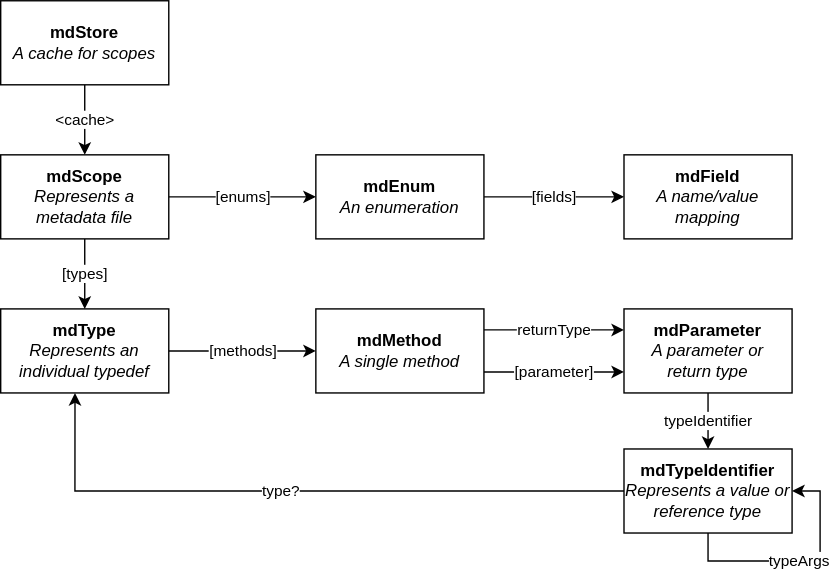
This is metadata.drawio.svg from halildurmus/win32, a draw.io export, as it was before one commit. Source tidied: cells renumbered, new cells last; positions are measured from the earlier drawing's top-left corner, leaving out a move shared by most shapes.
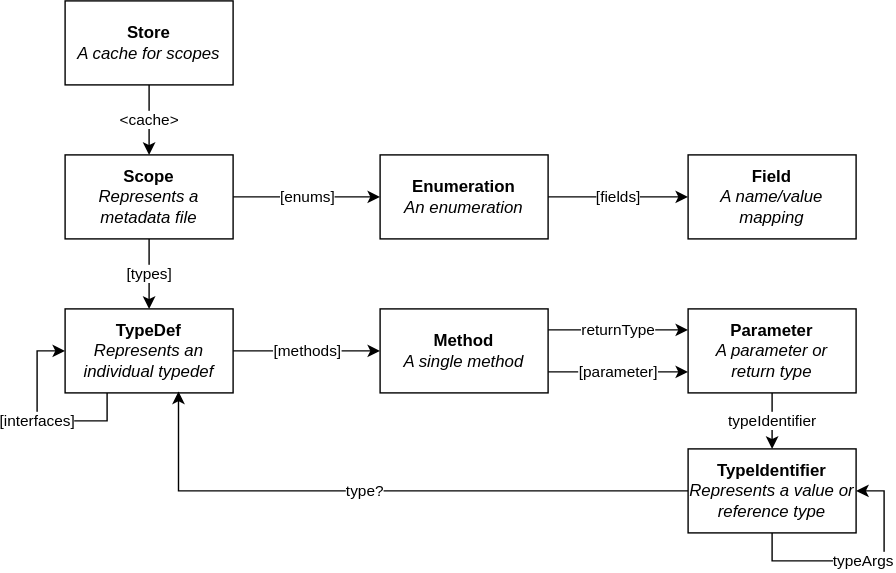
After the change.

Diff of the diagram source:
```diff
@@ -5,7 +5,7 @@
     <mxCell id="2" value="&amp;lt;cache&amp;gt;" style="edgeStyle=orthogonalEdgeStyle;rounded=0;jettySize=auto;html=1;" parent="1" edge="1" source="3" target="6">
       <mxGeometry relative="1" as="geometry" />
     </mxCell>
-    <mxCell id="3" value="&lt;b&gt;mdStore&lt;/b&gt;&lt;br&gt;&lt;i&gt;A cache for scopes&lt;/i&gt;" style="whiteSpace=wrap;html=1;" parent="1" vertex="1">
+    <mxCell id="3" value="&lt;b&gt;Store&lt;/b&gt;&lt;br&gt;&lt;i&gt;A cache for scopes&lt;/i&gt;" style="whiteSpace=wrap;html=1;" parent="1" vertex="1">
       <mxGeometry width="120" height="60" as="geometry" />
     </mxCell>
     <mxCell id="4" value="[types]" style="edgeStyle=orthogonalEdgeStyle;rounded=0;jettySize=auto;html=1;" parent="1" edge="1" source="6" target="8">
@@ -14,13 +14,13 @@
     <mxCell id="5" value="[enums]" style="edgeStyle=orthogonalEdgeStyle;rounded=0;jettySize=auto;html=1;exitX=1;exitY=0.5;exitDx=0;exitDy=0;entryX=0;entryY=0.5;entryDx=0;entryDy=0;" parent="1" edge="1" source="6" target="18">
       <mxGeometry relative="1" as="geometry" />
     </mxCell>
-    <mxCell id="6" value="&lt;b&gt;mdScope&lt;/b&gt;&lt;br&gt;&lt;i&gt;Represents a metadata file&lt;/i&gt;" style="whiteSpace=wrap;html=1;" parent="1" vertex="1">
+    <mxCell id="6" value="&lt;b&gt;Scope&lt;/b&gt;&lt;br&gt;&lt;i&gt;Represents a metadata file&lt;/i&gt;" style="whiteSpace=wrap;html=1;" parent="1" vertex="1">
       <mxGeometry y="110" width="120" height="60" as="geometry" />
     </mxCell>
     <mxCell id="7" value="[methods]" style="edgeStyle=orthogonalEdgeStyle;rounded=0;jettySize=auto;html=1;" parent="1" edge="1" source="8" target="11">
       <mxGeometry relative="1" as="geometry" />
     </mxCell>
-    <mxCell id="8" value="&lt;b&gt;mdType&lt;/b&gt;&lt;br&gt;&lt;i&gt;Represents an individual typedef&lt;/i&gt;" style="whiteSpace=wrap;html=1;" parent="1" vertex="1">
+    <mxCell id="8" value="&lt;b&gt;TypeDef&lt;/b&gt;&lt;br&gt;&lt;i&gt;Represents an individual typedef&lt;/i&gt;" style="whiteSpace=wrap;html=1;" parent="1" vertex="1">
       <mxGeometry y="220" width="120" height="60" as="geometry" />
     </mxCell>
     <mxCell id="9" value="[parameter]" style="edgeStyle=orthogonalEdgeStyle;rounded=0;jettySize=auto;html=1;exitX=1;exitY=0.75;exitDx=0;exitDy=0;entryX=0;entryY=0.75;entryDx=0;entryDy=0;" parent="1" edge="1" source="11" target="13">
@@ -29,19 +29,19 @@
     <mxCell id="10" value="returnType" style="edgeStyle=orthogonalEdgeStyle;rounded=0;jettySize=auto;html=1;exitX=1;exitY=0.25;exitDx=0;exitDy=0;entryX=0;entryY=0.25;entryDx=0;entryDy=0;" parent="1" edge="1" source="11" target="13">
       <mxGeometry relative="1" as="geometry" />
     </mxCell>
-    <mxCell id="11" value="&lt;b&gt;mdMethod&lt;/b&gt;&lt;br&gt;&lt;i&gt;A single method&lt;/i&gt;" style="whiteSpace=wrap;html=1;" parent="1" vertex="1">
+    <mxCell id="11" value="&lt;b&gt;Method&lt;/b&gt;&lt;br&gt;&lt;i&gt;A single method&lt;/i&gt;" style="whiteSpace=wrap;html=1;" parent="1" vertex="1">
       <mxGeometry x="225" y="220" width="120" height="60" as="geometry" />
     </mxCell>
     <mxCell id="12" value="typeIdentifier" style="edgeStyle=orthogonalEdgeStyle;rounded=0;jettySize=auto;html=1;" parent="1" edge="1" source="13" target="15">
       <mxGeometry relative="1" as="geometry" />
     </mxCell>
-    <mxCell id="13" value="&lt;b&gt;mdParameter&lt;/b&gt;&lt;br&gt;&lt;i&gt;A parameter or &lt;br&gt;return type&lt;/i&gt;" style="whiteSpace=wrap;html=1;" parent="1" vertex="1">
+    <mxCell id="13" value="&lt;b&gt;Parameter&lt;/b&gt;&lt;br&gt;&lt;i&gt;A parameter or &lt;br&gt;return type&lt;/i&gt;" style="whiteSpace=wrap;html=1;" parent="1" vertex="1">
       <mxGeometry x="445" y="220" width="120" height="60" as="geometry" />
     </mxCell>
-    <mxCell id="14" value="type?" style="edgeStyle=orthogonalEdgeStyle;rounded=0;jettySize=auto;html=1;exitX=0;exitY=0.5;exitDx=0;exitDy=0;entryX=0.442;entryY=1;entryDx=0;entryDy=0;entryPerimeter=0;" parent="1" edge="1" source="15" target="8">
+    <mxCell id="14" value="type?" style="edgeStyle=orthogonalEdgeStyle;rounded=0;jettySize=auto;html=1;exitX=0;exitY=0.5;exitDx=0;exitDy=0;entryX=0.675;entryY=0.983;entryDx=0;entryDy=0;entryPerimeter=0;" parent="1" edge="1" source="15" target="8">
       <mxGeometry x="0.06" relative="1" as="geometry" />
     </mxCell>
-    <mxCell id="15" value="&lt;b&gt;mdTypeIdentifier&lt;br&gt;&lt;/b&gt;&lt;i&gt;Represents a value or reference type&lt;/i&gt;" style="whiteSpace=wrap;html=1;" parent="1" vertex="1">
+    <mxCell id="15" value="&lt;b&gt;TypeIdentifier&lt;br&gt;&lt;/b&gt;&lt;i&gt;Represents a value or reference type&lt;/i&gt;" style="whiteSpace=wrap;html=1;" parent="1" vertex="1">
       <mxGeometry x="445" y="320" width="120" height="60" as="geometry" />
     </mxCell>
     <mxCell id="16" value="typeArgs" style="edgeStyle=orthogonalEdgeStyle;rounded=0;orthogonalLoop=1;jettySize=auto;html=1;exitX=0.5;exitY=1;exitDx=0;exitDy=0;entryX=1;entryY=0.5;entryDx=0;entryDy=0;" parent="1" edge="1" source="15" target="15">
@@ -50,11 +50,20 @@
     <mxCell id="17" value="[fields]" style="edgeStyle=orthogonalEdgeStyle;rounded=0;jettySize=auto;html=1;exitX=1;exitY=0.5;exitDx=0;exitDy=0;entryX=0;entryY=0.5;entryDx=0;entryDy=0;" parent="1" edge="1" source="18" target="19">
       <mxGeometry relative="1" as="geometry" />
     </mxCell>
-    <mxCell id="18" value="&lt;b&gt;mdEnum&lt;br&gt;&lt;/b&gt;&lt;i&gt;An enumeration&lt;/i&gt;" style="whiteSpace=wrap;html=1;" parent="1" vertex="1">
+    <mxCell id="18" value="&lt;b&gt;Enumeration&lt;br&gt;&lt;/b&gt;&lt;i&gt;An enumeration&lt;/i&gt;" style="whiteSpace=wrap;html=1;" parent="1" vertex="1">
       <mxGeometry x="225" y="110" width="120" height="60" as="geometry" />
     </mxCell>
-    <mxCell id="19" value="&lt;b&gt;mdField&lt;/b&gt;&lt;br&gt;&lt;i&gt;A name/value mapping&lt;/i&gt;" style="whiteSpace=wrap;html=1;" parent="1" vertex="1">
+    <mxCell id="19" value="&lt;b&gt;Field&lt;/b&gt;&lt;br&gt;&lt;i&gt;A name/value mapping&lt;/i&gt;" style="whiteSpace=wrap;html=1;" parent="1" vertex="1">
       <mxGeometry x="445" y="110" width="120" height="60" as="geometry" />
     </mxCell>
+    <mxCell id="20" value="[interfaces]" style="edgeStyle=orthogonalEdgeStyle;rounded=0;orthogonalLoop=1;jettySize=auto;html=1;exitX=0.25;exitY=1;exitDx=0;exitDy=0;entryX=0;entryY=0.5;entryDx=0;entryDy=0;" parent="1" edge="1" source="8" target="8">
+      <mxGeometry relative="1" as="geometry">
+        <Array as="points">
+          <mxPoint x="30" y="300" />
+          <mxPoint x="-20" y="300" />
+          <mxPoint x="-20" y="250" />
+        </Array>
+      </mxGeometry>
+    </mxCell>
   </root>
 </mxGraphModel>
```
